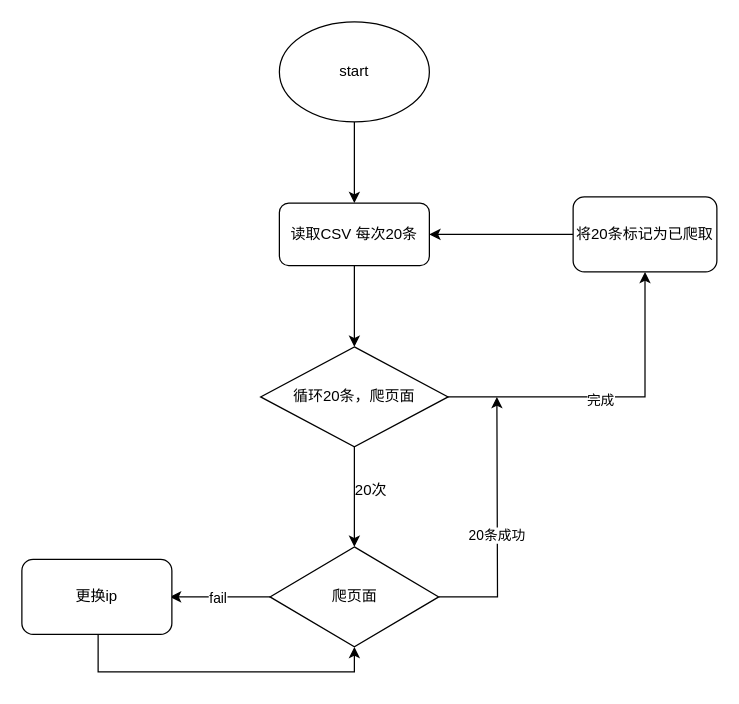
woowyl/MSE keeps this draw.io diagram as 20-1/python/douban_movie/instruction/getDetailByURL.drawio. Above is the earlier version. Source tidied: cells renumbered, new cells numbered last; positions are measured from the earlier drawing's top-left corner, leaving out a move shared by most shapes. Both pictures are drawn from the tidied source at 125%, with x=0, y=0 at pixel (21, 21).
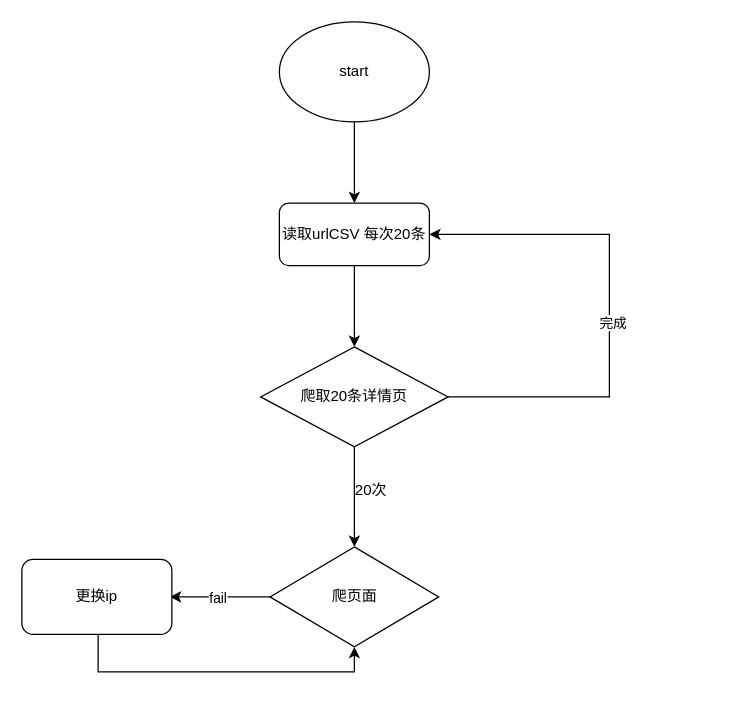
The same diagram, later.

Unchanged cells that the change refers to:
```xml
<mxCell id="11" value="爬页面" style="rhombus;whiteSpace=wrap;html=1;" parent="1" vertex="1">
  <mxGeometry x="198.5" y="420" width="135" height="80" as="geometry" />
</mxCell>
```

The edit, as a diff of the source:
```diff
@@
-    <mxCell id="5" value="读取CSV 每次20条" style="rounded=1;whiteSpace=wrap;html=1;" parent="1" vertex="1">
+    <mxCell id="5" value="读取urlCSV 每次20条" style="rounded=1;whiteSpace=wrap;html=1;" parent="1" vertex="1">
       <mxGeometry x="206" y="145" width="120" height="50" as="geometry" />
     </mxCell>
@@
-    <mxCell id="7" style="edgeStyle=orthogonalEdgeStyle;rounded=0;jettySize=auto;html=1;" parent="1" edge="1" source="11">
-      <mxGeometry relative="1" as="geometry">
-        <mxPoint x="380" y="300" as="targetPoint" />
-      </mxGeometry>
-    </mxCell>
-    <mxCell id="8" value="20条成功" style="edgeLabel;html=1;align=center;verticalAlign=middle;" parent="7" vertex="1">
-      <mxGeometry x="-0.06" y="1" relative="1" as="geometry" />
-    </mxCell>
@@
-    <mxCell id="12" style="edgeStyle=orthogonalEdgeStyle;rounded=0;jettySize=auto;html=1;entryX=0.5;entryY=1;entryDx=0;entryDy=0;" parent="1" edge="1" source="14" target="16">
-      <mxGeometry relative="1" as="geometry" />
+    <mxCell id="12" style="edgeStyle=orthogonalEdgeStyle;rounded=0;jettySize=auto;html=1;entryX=1;entryY=0.5;entryDx=0;entryDy=0;" parent="1" edge="1" source="14" target="5">
+      <mxGeometry relative="1" as="geometry">
+        <Array as="points">
+          <mxPoint x="470" y="300" />
+          <mxPoint x="470" y="170" />
+        </Array>
+      </mxGeometry>
     </mxCell>
@@
-    <mxCell id="14" value="&lt;span&gt;循环20条，爬页面&lt;/span&gt;" style="rhombus;whiteSpace=wrap;html=1;" parent="1" vertex="1">
+    <mxCell id="14" value="爬取20条详情页" style="rhombus;whiteSpace=wrap;html=1;" parent="1" vertex="1">
       <mxGeometry x="191" y="260" width="150" height="80" as="geometry" />
     </mxCell>
-    <mxCell id="15" style="edgeStyle=orthogonalEdgeStyle;rounded=0;jettySize=auto;html=1;entryX=1;entryY=0.5;entryDx=0;entryDy=0;" parent="1" edge="1" source="16" target="5">
-      <mxGeometry relative="1" as="geometry" />
-    </mxCell>
-    <mxCell id="16" value="将20条标记为已爬取" style="rounded=1;whiteSpace=wrap;html=1;" parent="1" vertex="1">
-      <mxGeometry x="441" y="140" width="115" height="60" as="geometry" />
-    </mxCell>
```
